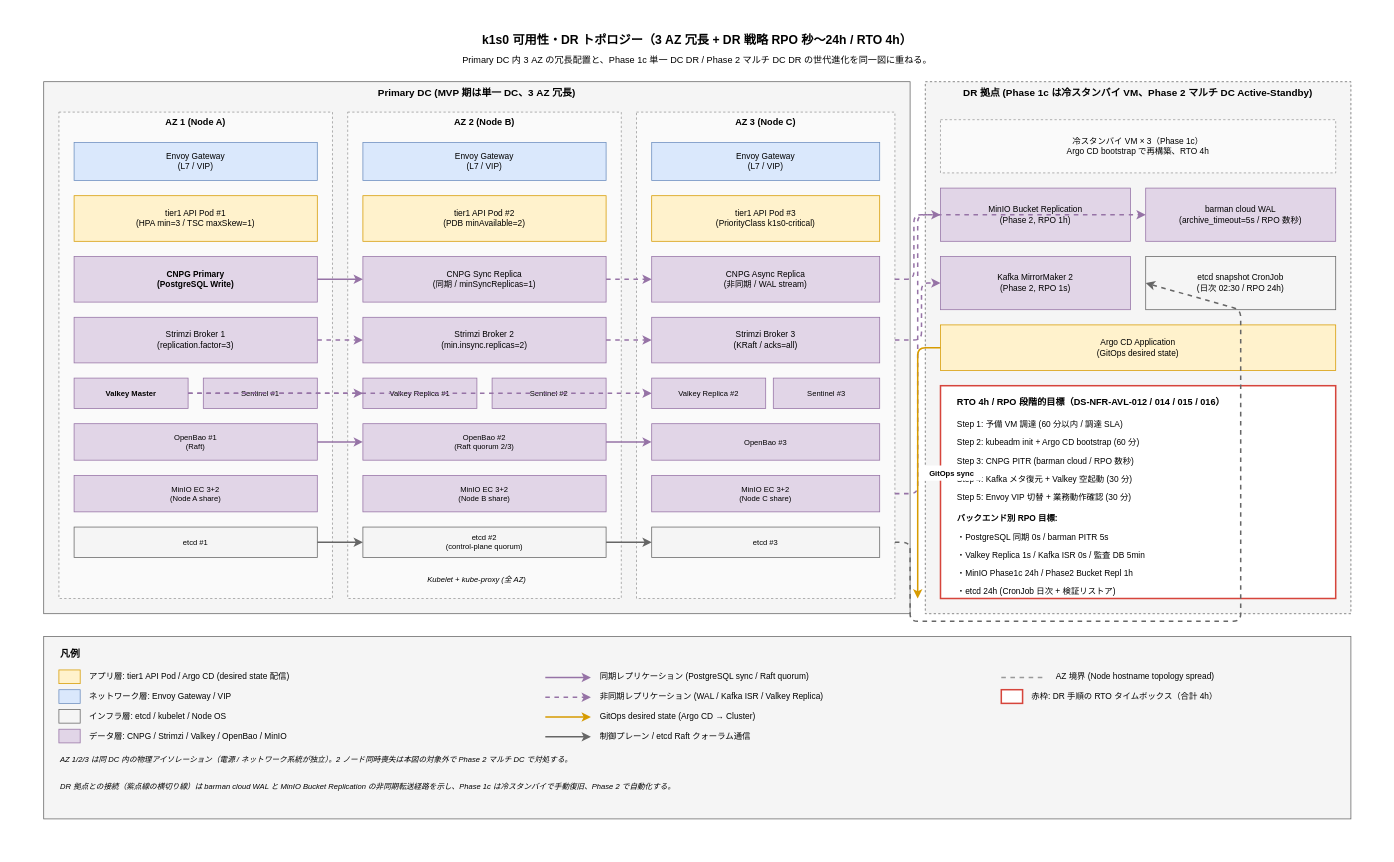
Earlier version of the draw.io diagram docs/04_概要設計/50_非機能方式設計/img/ha_dr_topology.drawio (RyuheiKiso/k1s0). Source tidied: cells renumbered, new cells numbered last; positions are measured from the earlier drawing's top-left corner, leaving out a move shared by most shapes. Both pictures are drawn from the tidied source at 76%, with x=0, y=0 at pixel (13, 13).
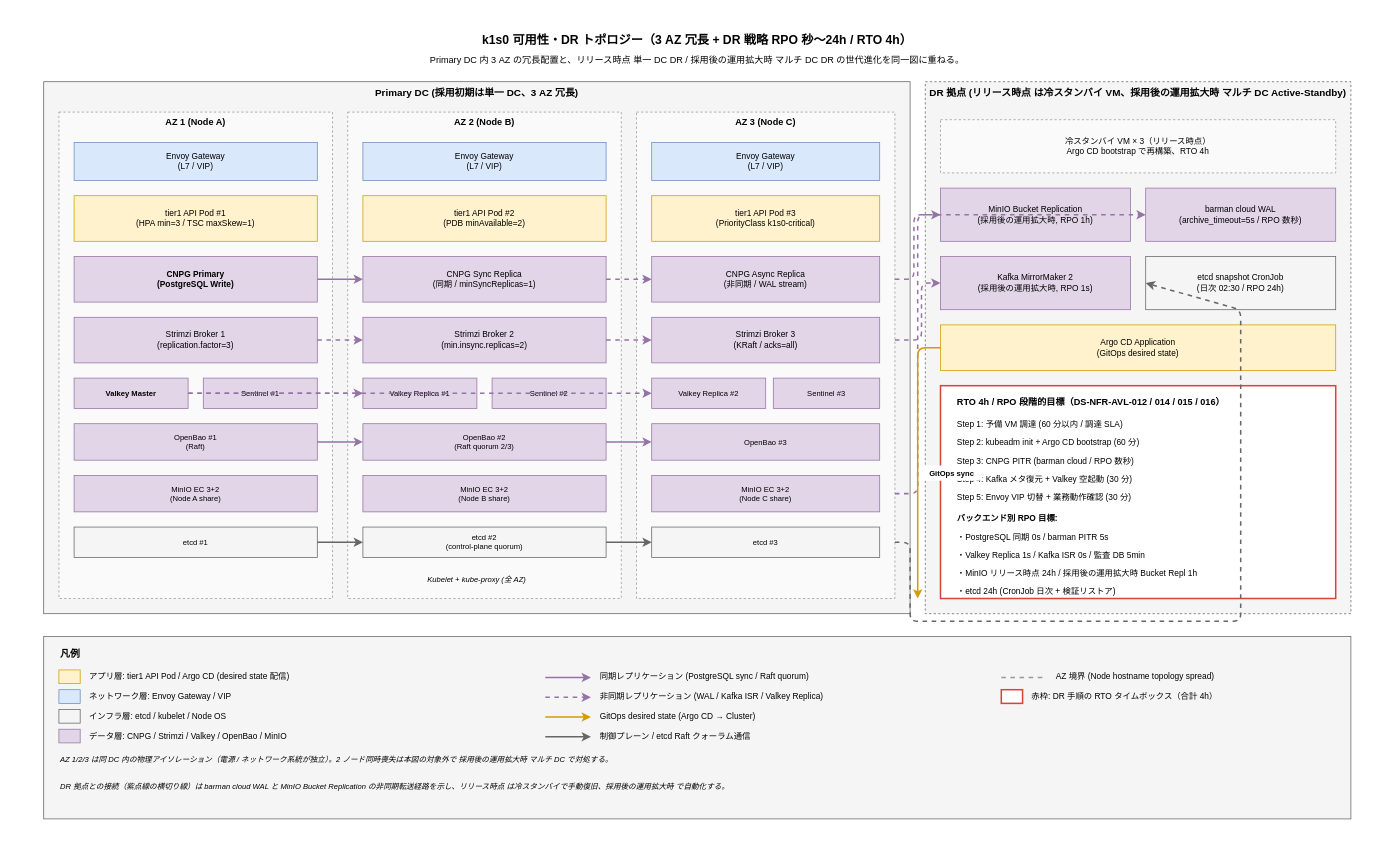
The same page after the edit.

Change to the diagram source:
```diff
@@
-    <mxCell id="4" value="Primary DC 内 3 AZ の冗長配置と、Phase 1c 単一 DC DR / Phase 2 マルチ DC DR の世代進化を同一図に重ねる。" style="text;html=1;strokeColor=none;fillColor=none;align=center;verticalAlign=middle;whiteSpace=wrap;fontSize=12;" parent="1" vertex="1">
+    <mxCell id="4" value="Primary DC 内 3 AZ の冗長配置と、リリース時点 単一 DC DR / 採用後の運用拡大時 マルチ DC DR の世代進化を同一図に重ねる。" style="text;html=1;strokeColor=none;fillColor=none;align=center;verticalAlign=middle;whiteSpace=wrap;fontSize=12;" parent="1" vertex="1">
       <mxGeometry x="40" y="52" width="1720" height="20" as="geometry" />
     </mxCell>
-    <mxCell id="5" value="Primary DC (MVP 期は単一 DC、3 AZ 冗長)" style="rounded=0;whiteSpace=wrap;html=1;fillColor=#f5f5f5;strokeColor=#666666;verticalAlign=top;fontStyle=1;fontSize=13;" parent="1" vertex="1">
+    <mxCell id="5" value="Primary DC (採用初期は単一 DC、3 AZ 冗長)" style="rounded=0;whiteSpace=wrap;html=1;fillColor=#f5f5f5;strokeColor=#666666;verticalAlign=top;fontStyle=1;fontSize=13;" parent="1" vertex="1">
       <mxGeometry x="40" y="90" width="1140" height="700" as="geometry" />
     </mxCell>
@@
-    <mxCell id="37" value="DR 拠点 (Phase 1c は冷スタンバイ VM、Phase 2 マルチ DC Active-Standby)" style="rounded=0;whiteSpace=wrap;html=1;fillColor=#f5f5f5;strokeColor=#666666;verticalAlign=top;fontStyle=1;fontSize=13;dashed=1;" parent="1" vertex="1">
+    <mxCell id="37" value="DR 拠点 (リリース時点 は冷スタンバイ VM、採用後の運用拡大時 マルチ DC Active-Standby)" style="rounded=0;whiteSpace=wrap;html=1;fillColor=#f5f5f5;strokeColor=#666666;verticalAlign=top;fontStyle=1;fontSize=13;dashed=1;" parent="1" vertex="1">
       <mxGeometry x="1200" y="90" width="560" height="700" as="geometry" />
     </mxCell>
-    <mxCell id="38" value="冷スタンバイ VM × 3（Phase 1c）&#10;Argo CD bootstrap で再構築、RTO 4h" style="rounded=0;whiteSpace=wrap;html=1;fillColor=#fafafa;strokeColor=#999999;fontSize=11;dashed=1;" parent="1" vertex="1">
+    <mxCell id="38" value="冷スタンバイ VM × 3（リリース時点）&#10;Argo CD bootstrap で再構築、RTO 4h" style="rounded=0;whiteSpace=wrap;html=1;fillColor=#fafafa;strokeColor=#999999;fontSize=11;dashed=1;" parent="1" vertex="1">
       <mxGeometry x="1220" y="140" width="520" height="70" as="geometry" />
     </mxCell>
-    <mxCell id="39" value="MinIO Bucket Replication&#10;(Phase 2, RPO 1h)" style="rounded=0;whiteSpace=wrap;html=1;fillColor=#e1d5e7;strokeColor=#9673a6;fontSize=11;" parent="1" vertex="1">
+    <mxCell id="39" value="MinIO Bucket Replication&#10;(採用後の運用拡大時, RPO 1h)" style="rounded=0;whiteSpace=wrap;html=1;fillColor=#e1d5e7;strokeColor=#9673a6;fontSize=11;" parent="1" vertex="1">
       <mxGeometry x="1220" y="230" width="250" height="70" as="geometry" />
     </mxCell>
@@
-    <mxCell id="41" value="Kafka MirrorMaker 2&#10;(Phase 2, RPO 1s)" style="rounded=0;whiteSpace=wrap;html=1;fillColor=#e1d5e7;strokeColor=#9673a6;fontSize=11;" parent="1" vertex="1">
+    <mxCell id="41" value="Kafka MirrorMaker 2&#10;(採用後の運用拡大時, RPO 1s)" style="rounded=0;whiteSpace=wrap;html=1;fillColor=#e1d5e7;strokeColor=#9673a6;fontSize=11;" parent="1" vertex="1">
       <mxGeometry x="1220" y="320" width="250" height="70" as="geometry" />
     </mxCell>
@@
-    <mxCell id="54" value="・MinIO Phase1c 24h / Phase2 Bucket Repl 1h" style="text;html=1;strokeColor=none;fillColor=none;align=left;verticalAlign=top;whiteSpace=wrap;fontSize=11;" parent="1" vertex="1">
+    <mxCell id="54" value="・MinIO リリース時点 24h / 採用後の運用拡大時 Bucket Repl 1h" style="text;html=1;strokeColor=none;fillColor=none;align=left;verticalAlign=top;whiteSpace=wrap;fontSize=11;" parent="1" vertex="1">
       <mxGeometry x="1240" y="724" width="480" height="22" as="geometry" />
     </mxCell>
@@
-    <mxCell id="94" value="AZ 1/2/3 は同 DC 内の物理アイソレーション（電源 / ネットワーク系統が独立）。2 ノード同時喪失は本図の対象外で Phase 2 マルチ DC で対処する。" style="text;html=1;strokeColor=none;fillColor=none;align=left;verticalAlign=top;whiteSpace=wrap;fontSize=10;fontStyle=2;" parent="1" vertex="1">
+    <mxCell id="94" value="AZ 1/2/3 は同 DC 内の物理アイソレーション（電源 / ネットワーク系統が独立）。2 ノード同時喪失は本図の対象外で 採用後の運用拡大時 マルチ DC で対処する。" style="text;html=1;strokeColor=none;fillColor=none;align=left;verticalAlign=top;whiteSpace=wrap;fontSize=10;fontStyle=2;" parent="1" vertex="1">
       <mxGeometry x="60" y="970" width="1680" height="50" as="geometry" />
     </mxCell>
-    <mxCell id="95" value="DR 拠点との接続（紫点線の横切り線）は barman cloud WAL と MinIO Bucket Replication の非同期転送経路を示し、Phase 1c は冷スタンバイで手動復旧、Phase 2 で自動化する。" style="text;html=1;strokeColor=none;fillColor=none;align=left;verticalAlign=top;whiteSpace=wrap;fontSize=10;fontStyle=2;" parent="1" vertex="1">
+    <mxCell id="95" value="DR 拠点との接続（紫点線の横切り線）は barman cloud WAL と MinIO Bucket Replication の非同期転送経路を示し、リリース時点 は冷スタンバイで手動復旧、採用後の運用拡大時 で自動化する。" style="text;html=1;strokeColor=none;fillColor=none;align=left;verticalAlign=top;whiteSpace=wrap;fontSize=10;fontStyle=2;" parent="1" vertex="1">
       <mxGeometry x="60" y="1005" width="1680" height="50" as="geometry" />
     </mxCell>
```
